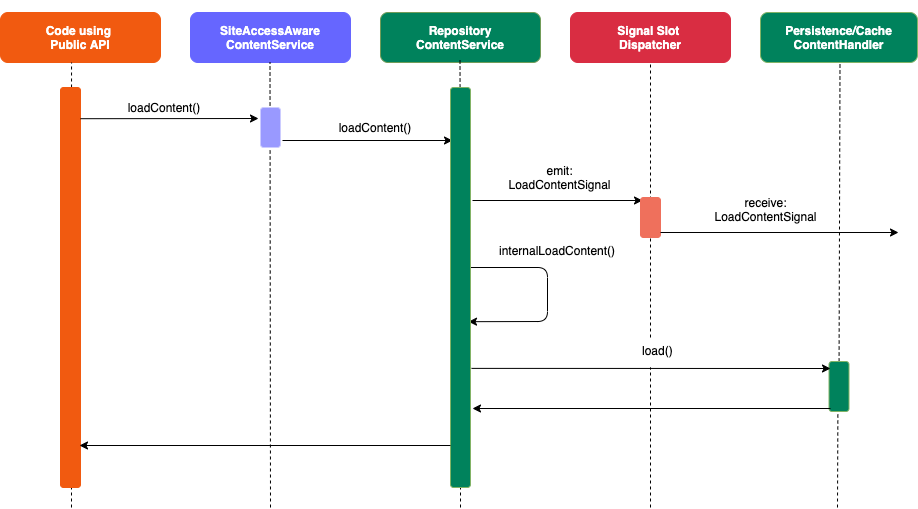
Before: docs/api/img/load_content_sequence.png, a diagram exported from draw.io (ibexa/documentation-developer). Source tidied: cells renumbered, new cells last; positions are measured from the earlier drawing's top-left corner, leaving out a move shared by most shapes.
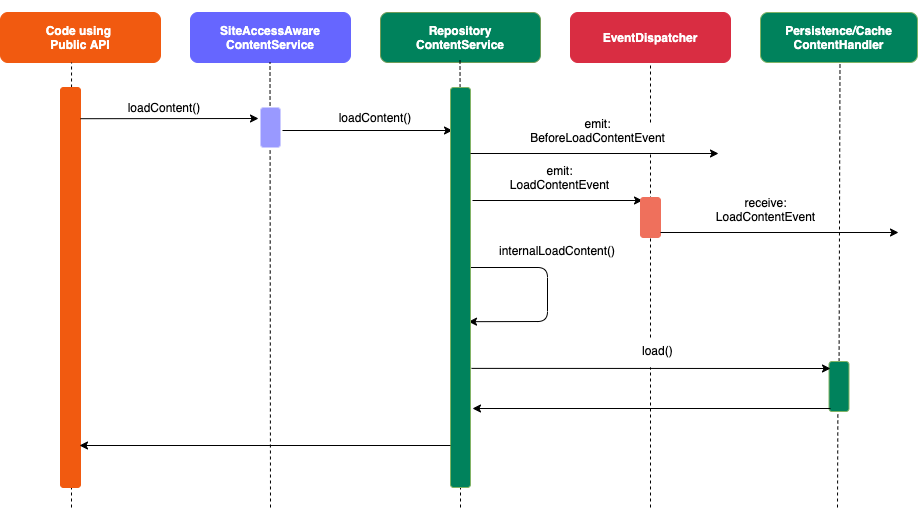
After the change.

Diff of the diagram source:
```diff
@@ -58,7 +58,7 @@
     <mxCell id="15" style="rounded=1;whiteSpace=wrap;html=1;fontColor=#FFFFFF;fillColor=#9999FF;strokeColor=#CCCCFF;" parent="1" vertex="1">
       <mxGeometry x="260" y="100" width="20" height="40" as="geometry" />
     </mxCell>
-    <mxCell id="16" value="Signal Slot &lt;br&gt;Dispatcher" style="rounded=1;whiteSpace=wrap;html=1;fillColor=#d92d42;strokeColor=#d92d42;fontStyle=1;fontColor=#FFFFFF;" parent="1" vertex="1">
+    <mxCell id="16" value="EventDispatcher" style="rounded=1;whiteSpace=wrap;html=1;fillColor=#d92d42;strokeColor=#d92d42;fontStyle=1;fontColor=#FFFFFF;" parent="1" vertex="1">
       <mxGeometry x="570" y="5" width="160" height="50" as="geometry" />
     </mxCell>
     <mxCell id="17" style="rounded=1;whiteSpace=wrap;html=1;strokeColor=#82b366;fillColor=#00825c;" parent="1" vertex="1">
@@ -77,8 +77,8 @@
     </mxCell>
     <mxCell id="20" style="endArrow=classic;html=1;" parent="1" edge="1">
       <mxGeometry relative="1" as="geometry">
-        <mxPoint x="282" y="133" as="sourcePoint" />
-        <mxPoint x="452" y="133" as="targetPoint" />
+        <mxPoint x="282" y="123" as="sourcePoint" />
+        <mxPoint x="452" y="123" as="targetPoint" />
       </mxGeometry>
     </mxCell>
     <mxCell id="21" style="endArrow=classic;html=1;entryX=1.05;entryY=0.702;entryDx=0;entryDy=0;entryPerimeter=0;" parent="1" edge="1">
@@ -113,7 +113,7 @@
       <mxGeometry x="450" y="80" width="20" height="400" as="geometry" />
     </mxCell>
     <mxCell id="27" value="&lt;div&gt;loadContent()&lt;/div&gt;" style="text;html=1;strokeColor=none;fillColor=none;align=center;verticalAlign=middle;whiteSpace=wrap;rounded=0;" parent="1" vertex="1">
-      <mxGeometry x="360" y="110" width="30" height="20" as="geometry" />
+      <mxGeometry x="360" y="100" width="30" height="20" as="geometry" />
     </mxCell>
     <mxCell id="28" style="endArrow=classic;html=1;" parent="1" edge="1">
       <mxGeometry relative="1" as="geometry">
@@ -127,16 +127,16 @@
         <mxPoint x="650" y="360" as="targetPoint" />
       </mxGeometry>
     </mxCell>
-    <mxCell id="30" style="endArrow=none;dashed=1;html=1;entryX=0.444;entryY=1;entryPerimeter=0;" parent="1" edge="1">
+    <mxCell id="30" style="endArrow=none;dashed=1;html=1;" parent="1" edge="1">
       <mxGeometry relative="1" as="geometry">
         <mxPoint x="650" y="330" as="sourcePoint" />
-        <mxPoint x="650" y="55" as="targetPoint" />
+        <mxPoint x="650" y="145" as="targetPoint" />
       </mxGeometry>
     </mxCell>
     <mxCell id="31" style="rounded=1;whiteSpace=wrap;html=1;strokeColor=#EF705C;fillColor=#EF705C;" parent="1" vertex="1">
       <mxGeometry x="640" y="190" width="20" height="40" as="geometry" />
     </mxCell>
-    <mxCell id="32" value="emit:&lt;br&gt;&lt;div&gt;LoadContentSignal&lt;/div&gt;" style="text;html=1;align=center;" parent="1" vertex="1">
+    <mxCell id="32" value="emit:&lt;br&gt;&lt;div&gt;LoadContentEvent&lt;/div&gt;" style="text;html=1;align=center;" parent="1" vertex="1">
       <mxGeometry x="530" y="150" width="57" height="30" as="geometry" />
     </mxCell>
     <mxCell id="33" style="endArrow=classic;html=1;" parent="1" edge="1">
@@ -145,11 +145,26 @@
         <mxPoint x="898" y="225" as="targetPoint" />
       </mxGeometry>
     </mxCell>
-    <mxCell id="34" value="receive:&lt;br&gt;&lt;div&gt;LoadContentSignal&lt;/div&gt;" style="text;html=1;align=center;" parent="1" vertex="1">
+    <mxCell id="34" value="receive:&lt;br&gt;&lt;div&gt;LoadContentEvent&lt;/div&gt;" style="text;html=1;align=center;" parent="1" vertex="1">
       <mxGeometry x="736" y="182" width="57" height="30" as="geometry" />
     </mxCell>
     <mxCell id="35" style="endArrow=classic;html=1;entryX=0.95;entryY=0.895;entryDx=0;entryDy=0;entryPerimeter=0;exitX=0;exitY=0.895;exitDx=0;exitDy=0;exitPerimeter=0;" parent="1" edge="1" source="26" target="12">
       <mxGeometry relative="1" as="geometry" />
     </mxCell>
+    <mxCell id="36" value="emit:&lt;br&gt;&lt;div&gt;BeforeLoadContentEvent&lt;/div&gt;" style="text;html=1;align=center;" parent="1" vertex="1">
+      <mxGeometry x="568" y="103" width="57" height="30" as="geometry" />
+    </mxCell>
+    <mxCell id="37" style="endArrow=classic;html=1;" parent="1" edge="1">
+      <mxGeometry relative="1" as="geometry">
+        <mxPoint x="470" y="146" as="sourcePoint" />
+        <mxPoint x="718" y="146" as="targetPoint" />
+      </mxGeometry>
+    </mxCell>
+    <mxCell id="38" style="endArrow=none;dashed=1;html=1;entryX=0.444;entryY=1;entryPerimeter=0;" parent="1" edge="1">
+      <mxGeometry relative="1" as="geometry">
+        <mxPoint x="650" y="115" as="sourcePoint" />
+        <mxPoint x="650" y="55" as="targetPoint" />
+      </mxGeometry>
+    </mxCell>
   </root>
 </mxGraphModel>
```
